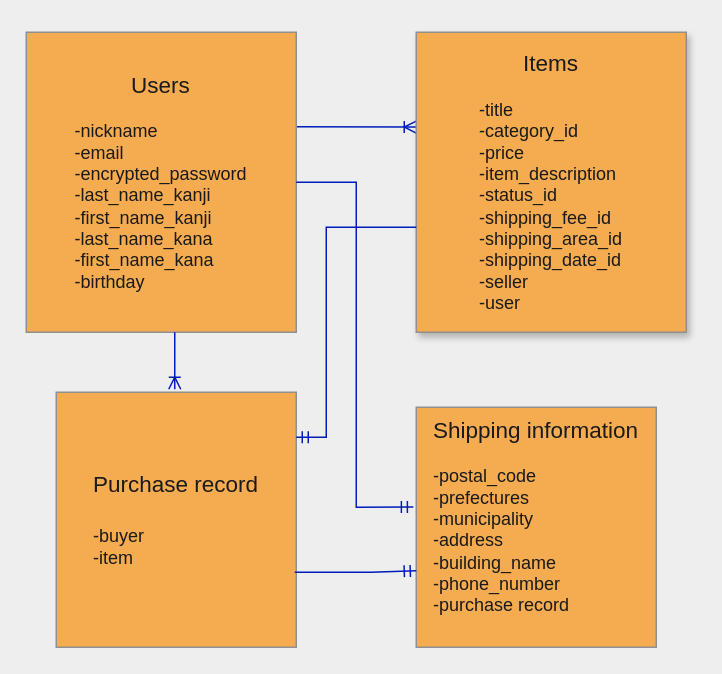
Earlier version of the draw.io diagram app/assets/test.dio (mo0777lucky/furima-35588). Source tidied: cells renumbered, new cells numbered last; positions are measured from the earlier drawing's top-left corner, leaving out a move shared by most shapes. Both pictures are drawn from the tidied source at 150%, with x=0, y=0 at pixel (26, 32).
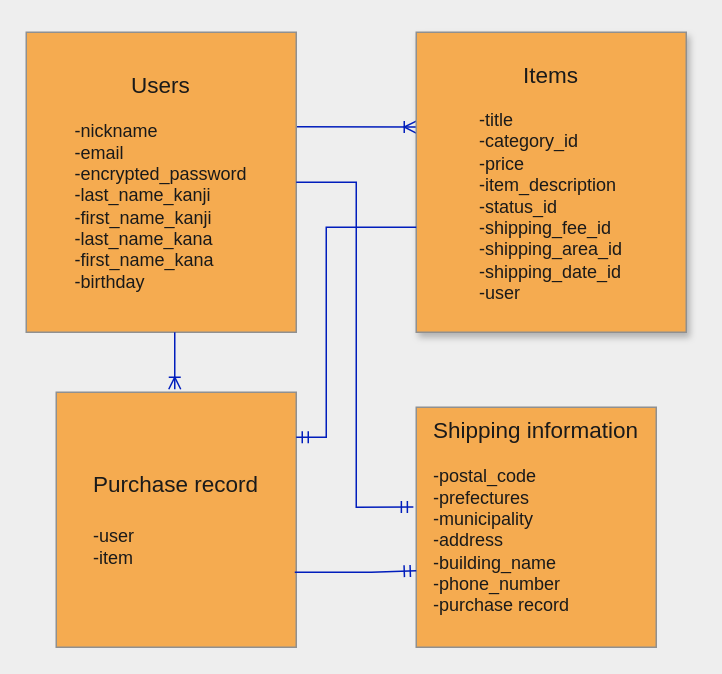
The same diagram, later.

Commit message (it also covers changes not shown here):
ER図/README修正（3回目）

Unchanged cells that the change refers to:
```xml
<mxCell id="7" style="shape=partialRectangle;html=1;whiteSpace=wrap;fillColor=none;top=0;left=0;bottom=0;right=0;points=[[0,0.5],[1,0.5]];portConstraint=eastwest;strokeColor=#909090;fontColor=#1A1A1A;" parent="6" vertex="1">
  <mxGeometry width="180" height="200" as="geometry" />
</mxCell>
<mxCell id="10" style="shape=partialRectangle;html=1;whiteSpace=wrap;fillColor=none;top=0;left=0;bottom=0;right=0;points=[[0,0.5],[1,0.5]];portConstraint=eastwest;strokeColor=#909090;fontColor=#1A1A1A;" parent="9" vertex="1">
  <mxGeometry width="160" height="170" as="geometry" />
</mxCell>
```

The edit, as a diff of the source:
```diff
@@
-    <mxCell id="8" value="&lt;font style=&quot;font-size: 15px&quot;&gt;Items&lt;br&gt;&lt;/font&gt;&lt;br&gt;&lt;div style=&quot;text-align: left&quot;&gt;&lt;span&gt;-title&lt;/span&gt;&lt;/div&gt;&lt;div style=&quot;text-align: left&quot;&gt;&lt;span&gt;-category_id&lt;/span&gt;&lt;/div&gt;&lt;div style=&quot;text-align: left&quot;&gt;&lt;span&gt;-price&lt;/span&gt;&lt;/div&gt;&lt;div style=&quot;text-align: left&quot;&gt;&lt;span&gt;-item_description&lt;/span&gt;&lt;/div&gt;&lt;div style=&quot;text-align: left&quot;&gt;&lt;span&gt;-status_id&lt;/span&gt;&lt;/div&gt;&lt;div style=&quot;text-align: left&quot;&gt;&lt;span&gt;-shipping_fee_id&lt;/span&gt;&lt;/div&gt;&lt;div style=&quot;text-align: left&quot;&gt;&lt;span&gt;-shipping_area_id&lt;/span&gt;&lt;/div&gt;&lt;div style=&quot;text-align: left&quot;&gt;&lt;span&gt;-shipping_date_id&lt;/span&gt;&lt;/div&gt;&lt;div style=&quot;text-align: left&quot;&gt;-seller&lt;span&gt;&lt;br&gt;&lt;/span&gt;&lt;/div&gt;&lt;div style=&quot;text-align: left&quot;&gt;-user&lt;/div&gt;" style="shape=partialRectangle;html=1;whiteSpace=wrap;overflow=hidden;fillColor=none;top=0;left=0;bottom=0;right=0;strokeColor=#909090;fontColor=#1A1A1A;" parent="7" vertex="1">
+    <mxCell id="8" value="&lt;font style=&quot;font-size: 15px&quot;&gt;Items&lt;br&gt;&lt;/font&gt;&lt;br&gt;&lt;div style=&quot;text-align: left&quot;&gt;&lt;span&gt;-title&lt;/span&gt;&lt;/div&gt;&lt;div style=&quot;text-align: left&quot;&gt;&lt;span&gt;-category_id&lt;/span&gt;&lt;/div&gt;&lt;div style=&quot;text-align: left&quot;&gt;&lt;span&gt;-price&lt;/span&gt;&lt;/div&gt;&lt;div style=&quot;text-align: left&quot;&gt;&lt;span&gt;-item_description&lt;/span&gt;&lt;/div&gt;&lt;div style=&quot;text-align: left&quot;&gt;&lt;span&gt;-status_id&lt;/span&gt;&lt;/div&gt;&lt;div style=&quot;text-align: left&quot;&gt;&lt;span&gt;-shipping_fee_id&lt;/span&gt;&lt;/div&gt;&lt;div style=&quot;text-align: left&quot;&gt;&lt;span&gt;-shipping_area_id&lt;/span&gt;&lt;/div&gt;&lt;div style=&quot;text-align: left&quot;&gt;&lt;span&gt;-shipping_date_id&lt;/span&gt;&lt;/div&gt;&lt;div style=&quot;text-align: left&quot;&gt;-user&lt;/div&gt;" style="shape=partialRectangle;html=1;whiteSpace=wrap;overflow=hidden;fillColor=none;top=0;left=0;bottom=0;right=0;strokeColor=#909090;fontColor=#1A1A1A;" parent="7" vertex="1">
       <mxGeometry width="180" height="200" as="geometry" />
     </mxCell>
@@
-    <mxCell id="11" value="&lt;font style=&quot;font-size: 15px&quot;&gt;Purchase record&lt;br&gt;&lt;br&gt;&lt;/font&gt;&lt;div style=&quot;text-align: left&quot;&gt;&lt;span&gt;-buyer&lt;/span&gt;&lt;/div&gt;&lt;div style=&quot;text-align: left&quot;&gt;-item&lt;/div&gt;" style="shape=partialRectangle;html=1;whiteSpace=wrap;overflow=hidden;fillColor=none;top=0;left=0;bottom=0;right=0;strokeColor=#909090;fontColor=#1A1A1A;" parent="10" vertex="1">
+    <mxCell id="11" value="&lt;font style=&quot;font-size: 15px&quot;&gt;Purchase record&lt;br&gt;&lt;br&gt;&lt;/font&gt;&lt;div style=&quot;text-align: left&quot;&gt;&lt;span&gt;-user&lt;/span&gt;&lt;/div&gt;&lt;div style=&quot;text-align: left&quot;&gt;-item&lt;/div&gt;" style="shape=partialRectangle;html=1;whiteSpace=wrap;overflow=hidden;fillColor=none;top=0;left=0;bottom=0;right=0;strokeColor=#909090;fontColor=#1A1A1A;" parent="10" vertex="1">
       <mxGeometry width="160" height="170" as="geometry" />
     </mxCell>
```
